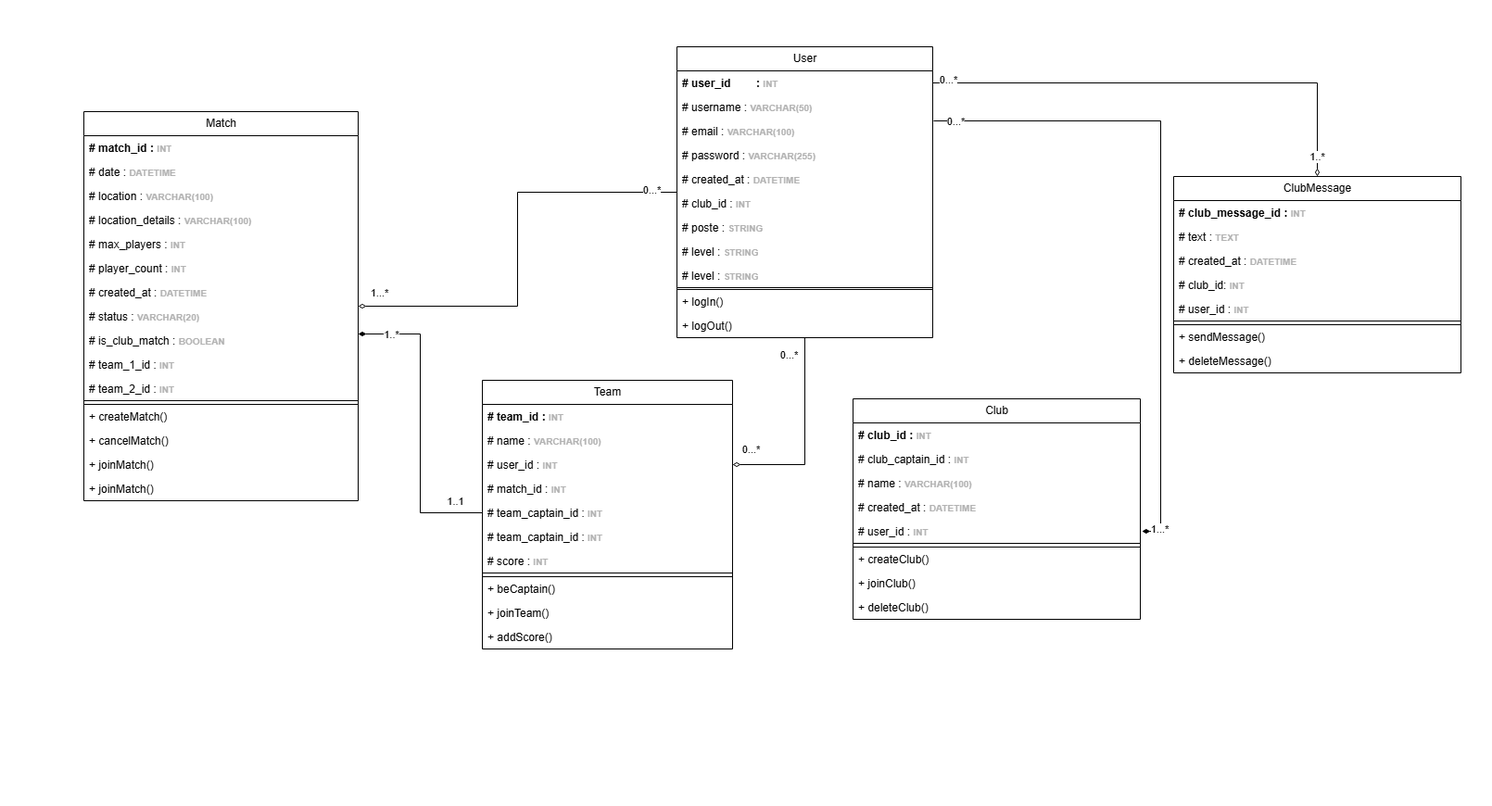
Above: UML Classes.drawio.png in Mathistrg/Styx (draw.io), before the change. Source tidied: cells renumbered, new cells last; positions are measured from the earlier drawing's top-left corner, leaving out a move shared by most shapes.
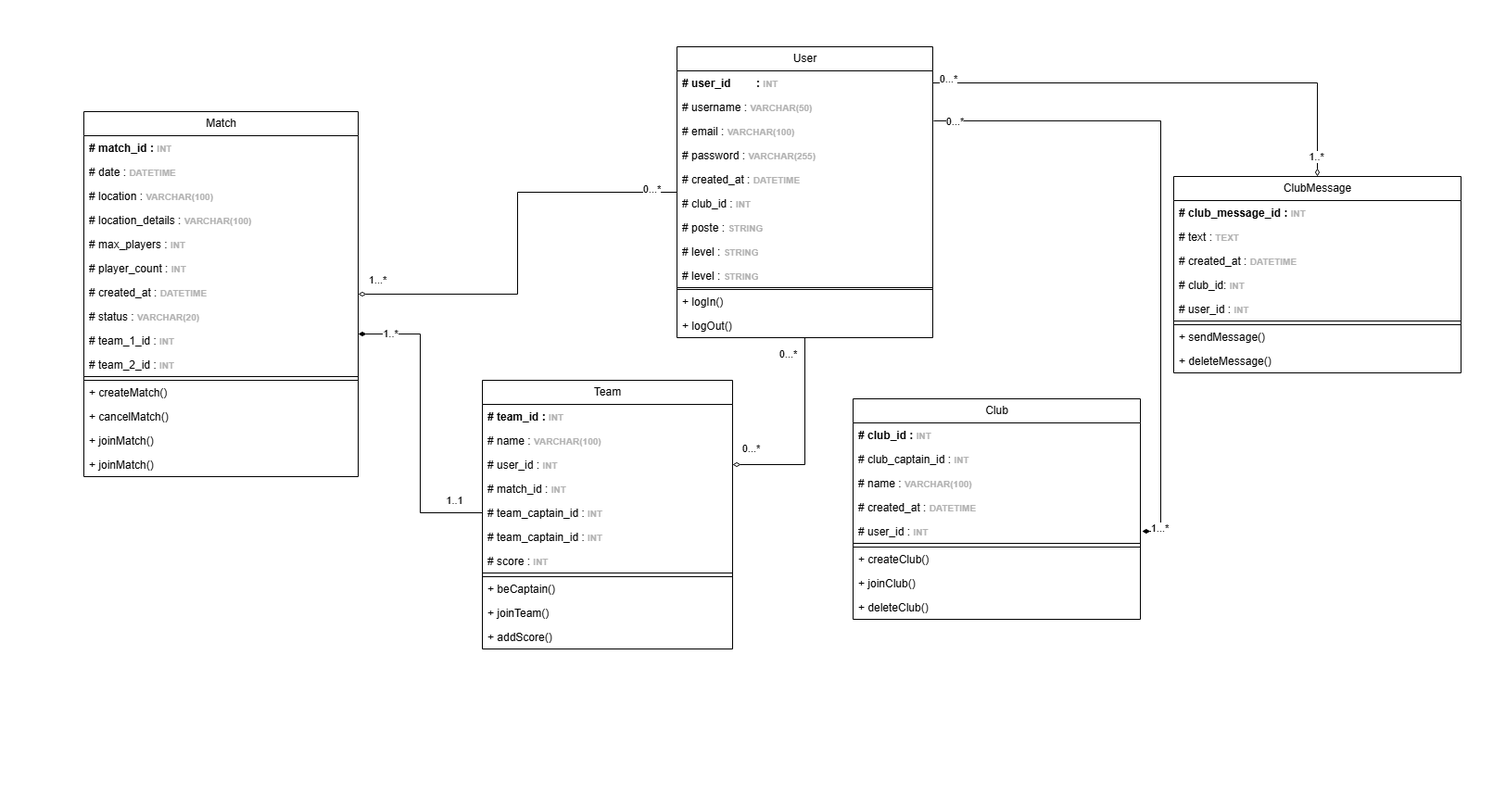
Later version of the same file.

Commit message:
Mettre à jour UML Classes.drawio.png

Diff of the diagram source:
```diff
@@ -56,7 +56,7 @@
       <mxGeometry x="0.88" y="3" relative="1" as="geometry" />
     </mxCell>
     <mxCell id="19" value="Match" style="swimlane;fontStyle=0;horizontal=1;startSize=26;fillColor=none;html=1;" parent="1" vertex="1">
-      <mxGeometry x="90" y="120" width="296" height="420" as="geometry" />
+      <mxGeometry x="90" y="120" width="296" height="394" as="geometry" />
     </mxCell>
     <mxCell id="20" value="&lt;b&gt;# match_id :&amp;nbsp;&lt;/b&gt;&lt;b style=&quot;color: rgb(179, 179, 179); font-size: 10px;&quot;&gt;INT&lt;/b&gt;" style="text;strokeColor=none;fillColor=none;align=left;verticalAlign=top;spacingLeft=4;spacingRight=4;overflow=hidden;whiteSpace=wrap;html=1;" parent="19" vertex="1">
       <mxGeometry y="26" width="296" height="26" as="geometry" />
@@ -82,29 +82,26 @@
     <mxCell id="27" value="# status :&amp;nbsp;&lt;b style=&quot;color: rgb(179, 179, 179); font-size: 10px;&quot;&gt;VARCHAR(20)&amp;nbsp;&lt;/b&gt;" style="text;strokeColor=none;fillColor=none;align=left;verticalAlign=top;spacingLeft=4;spacingRight=4;overflow=hidden;whiteSpace=wrap;html=1;" parent="19" vertex="1">
       <mxGeometry y="208" width="296" height="26" as="geometry" />
     </mxCell>
-    <mxCell id="28" value="# is_club_match :&amp;nbsp;&lt;b style=&quot;color: rgb(179, 179, 179); font-size: 10px;&quot;&gt;BOOLEAN&amp;nbsp;&lt;/b&gt;" style="text;strokeColor=none;fillColor=none;align=left;verticalAlign=top;spacingLeft=4;spacingRight=4;overflow=hidden;whiteSpace=wrap;html=1;" parent="19" vertex="1">
-      <mxGeometry y="234" width="296" height="26" as="geometry" />
-    </mxCell>
     <mxCell id="29" value="# team_1_id :&amp;nbsp;&lt;b style=&quot;color: rgb(179, 179, 179); font-size: 10px;&quot;&gt;INT&amp;nbsp;&lt;/b&gt;" style="text;strokeColor=none;fillColor=none;align=left;verticalAlign=top;spacingLeft=4;spacingRight=4;overflow=hidden;whiteSpace=wrap;html=1;" parent="19" vertex="1">
-      <mxGeometry y="260" width="296" height="26" as="geometry" />
+      <mxGeometry y="234" width="296" height="26" as="geometry" />
     </mxCell>
     <mxCell id="30" value="# team_2_id :&amp;nbsp;&lt;b style=&quot;color: rgb(179, 179, 179); font-size: 10px;&quot;&gt;INT&lt;/b&gt;" style="text;strokeColor=none;fillColor=none;align=left;verticalAlign=top;spacingLeft=4;spacingRight=4;overflow=hidden;whiteSpace=wrap;html=1;" parent="19" vertex="1">
-      <mxGeometry y="286" width="296" height="26" as="geometry" />
+      <mxGeometry y="260" width="296" height="26" as="geometry" />
     </mxCell>
     <mxCell id="31" value="team_2_id (FK)&lt;span style=&quot;white-space: pre;&quot;&gt;&#9;&lt;/span&gt;&lt;span style=&quot;white-space: pre;&quot;&gt;&#9;&lt;/span&gt;&lt;b style=&quot;color: rgb(179, 179, 179); font-size: 10px;&quot;&gt;INT NOT NULL&lt;/b&gt;" style="text;strokeColor=default;fillColor=none;align=left;verticalAlign=top;spacingLeft=4;spacingRight=4;overflow=hidden;whiteSpace=wrap;html=1;" parent="19" vertex="1">
-      <mxGeometry y="312" width="296" height="4" as="geometry" />
+      <mxGeometry y="286" width="296" height="4" as="geometry" />
     </mxCell>
     <mxCell id="32" value="+ createMatch()" style="text;strokeColor=none;fillColor=none;align=left;verticalAlign=top;spacingLeft=4;spacingRight=4;overflow=hidden;whiteSpace=wrap;html=1;" parent="19" vertex="1">
-      <mxGeometry y="316" width="296" height="26" as="geometry" />
+      <mxGeometry y="290" width="296" height="26" as="geometry" />
     </mxCell>
     <mxCell id="33" value="+ cancelMatch()" style="text;strokeColor=none;fillColor=none;align=left;verticalAlign=top;spacingLeft=4;spacingRight=4;overflow=hidden;whiteSpace=wrap;html=1;" parent="19" vertex="1">
-      <mxGeometry y="342" width="296" height="26" as="geometry" />
+      <mxGeometry y="316" width="296" height="26" as="geometry" />
     </mxCell>
     <mxCell id="34" value="+ joinMatch()" style="text;strokeColor=none;fillColor=none;align=left;verticalAlign=top;spacingLeft=4;spacingRight=4;overflow=hidden;whiteSpace=wrap;html=1;" parent="19" vertex="1">
-      <mxGeometry y="368" width="296" height="26" as="geometry" />
+      <mxGeometry y="342" width="296" height="26" as="geometry" />
     </mxCell>
     <mxCell id="35" value="+ joinMatch()" style="text;strokeColor=none;fillColor=none;align=left;verticalAlign=top;spacingLeft=4;spacingRight=4;overflow=hidden;whiteSpace=wrap;html=1;" parent="19" vertex="1">
-      <mxGeometry y="394" width="296" height="26" as="geometry" />
+      <mxGeometry y="368" width="296" height="26" as="geometry" />
     </mxCell>
     <mxCell id="36" value="Club" style="swimlane;fontStyle=0;horizontal=1;startSize=26;fillColor=none;html=1;" parent="1" vertex="1">
       <mxGeometry x="920" y="430" width="310" height="238" as="geometry" />
```
